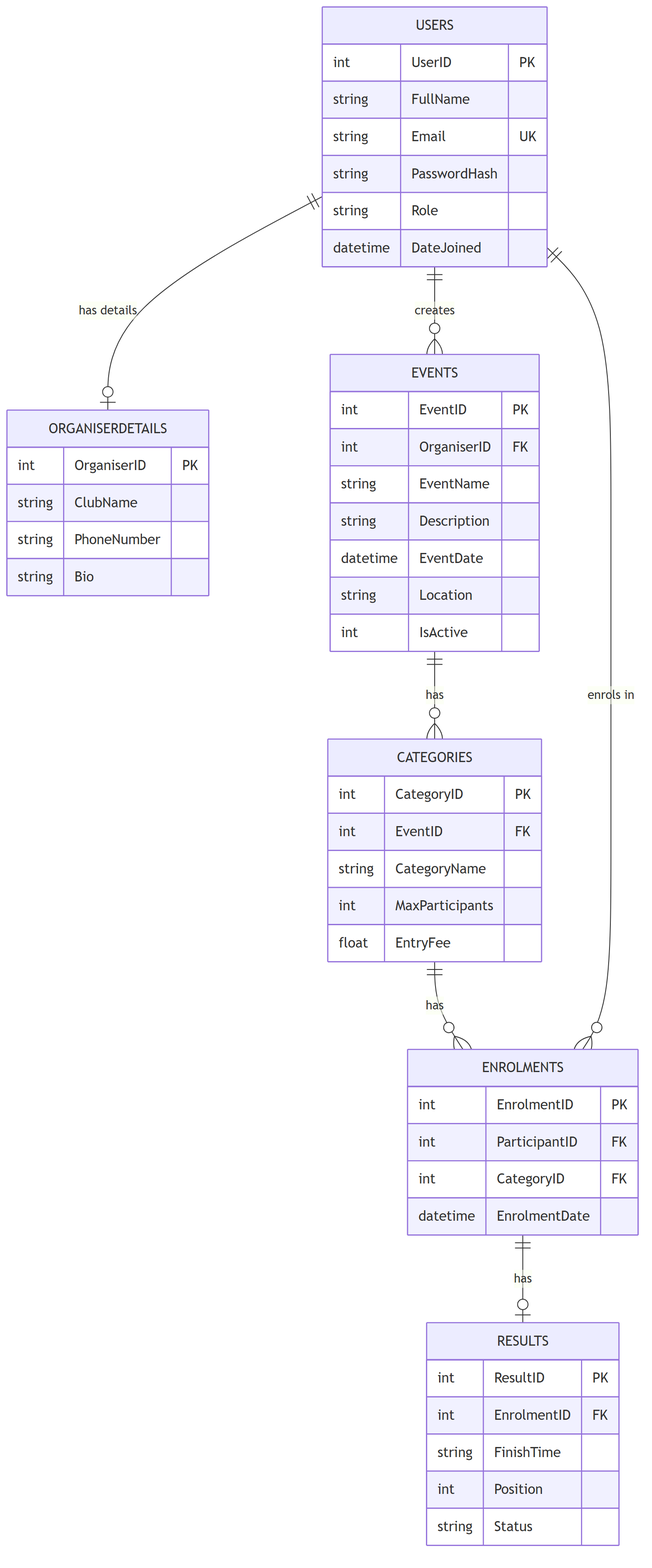
Before: docs/ERD.png, a diagram exported from Mermaid (st10472501Ydv/PROG6212-POE-RaceDay). Its source is kept beside it as docs/ERD.mmd.
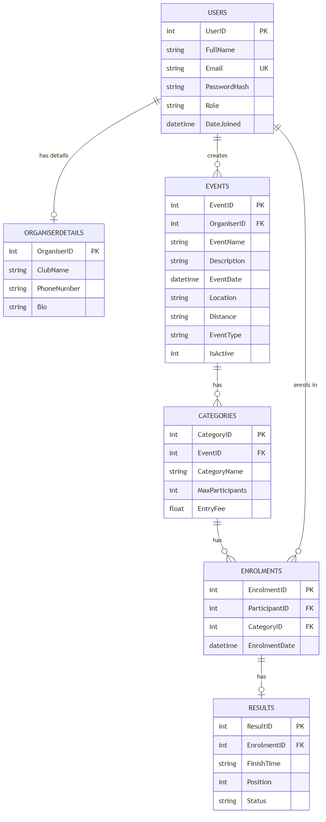
Later version of the same file.

Commit message:
Add missing endpoints, session wording and event distance/type to plan, ERD and SQL script

Change to the diagram source:
```diff
@@ -22,6 +22,8 @@
         string Description
         datetime EventDate
         string Location
+        string Distance
+        string EventType
         int IsActive
     }
 
```
